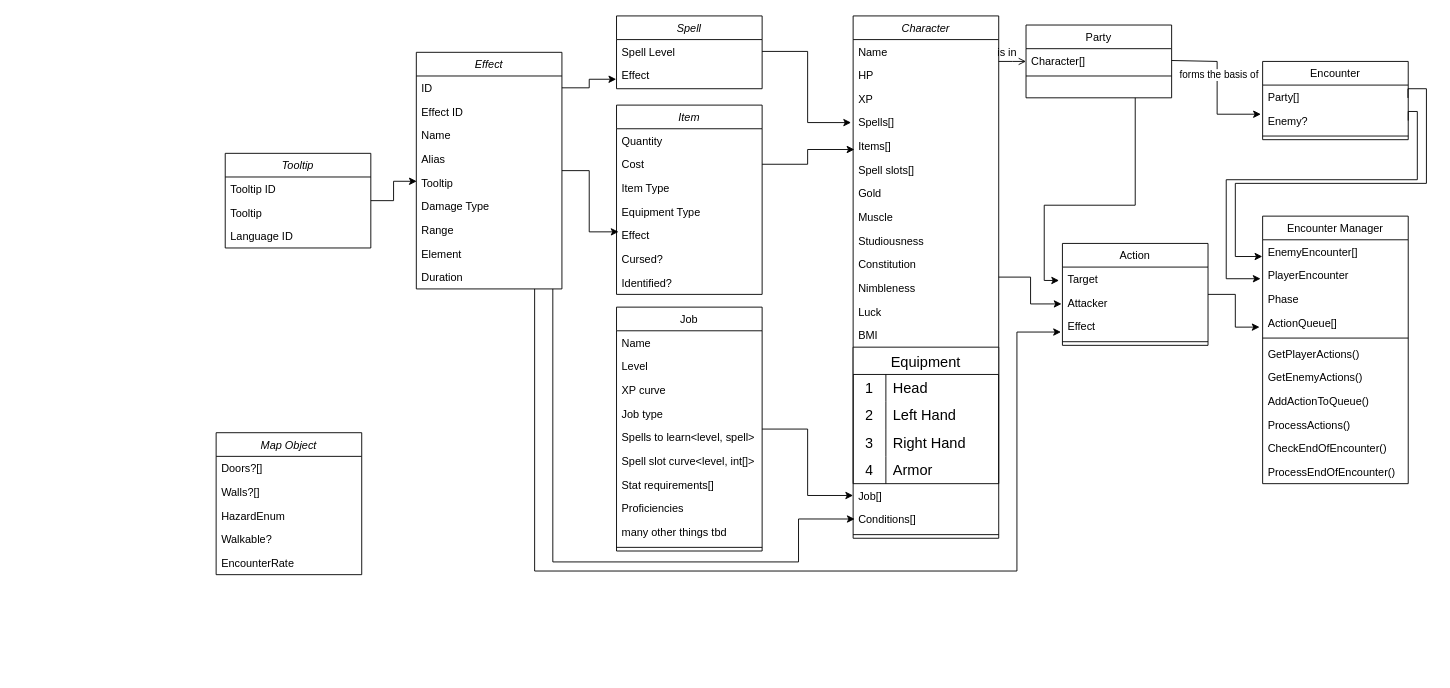
Schir/rpg-backend keeps this draw.io diagram as classes.drawio. Above is the earlier version. Source tidied: cells renumbered, new cells numbered last; positions are measured from the earlier drawing's top-left corner, leaving out a move shared by most shapes. Both pictures are drawn from the tidied source at 91%, with x=0, y=0 at pixel (216, 15).
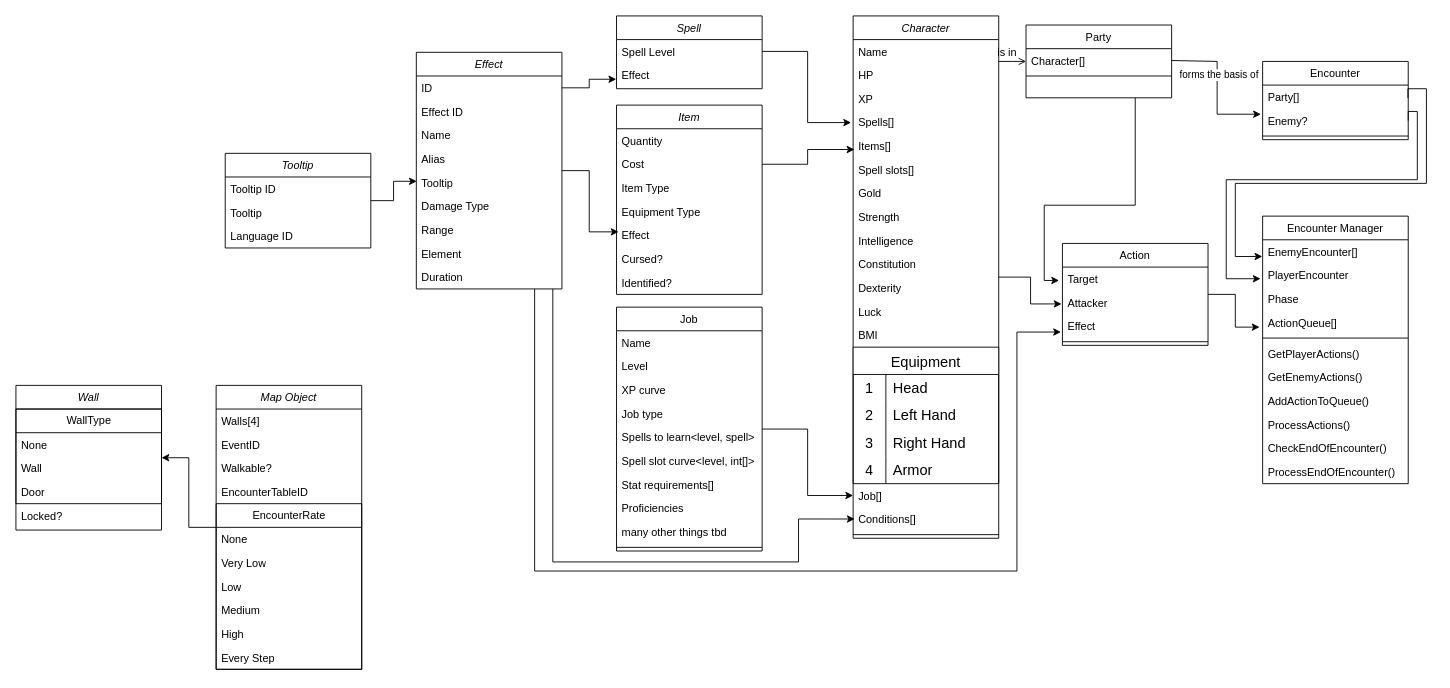
Above is the later version.

Unchanged cells that the change refers to:
```xml
<mxCell id="3" value="Character" style="swimlane;fontStyle=2;align=center;verticalAlign=top;horizontal=1;startSize=26;rounded=0;shadow=0;strokeWidth=1;" parent="1" vertex="1">
  <mxGeometry x="700" width="160" height="574" as="geometry" />
</mxCell>
```

Change to the diagram source:
```diff
@@
-    <mxCell id="11" value="Muscle" style="text;align=left;verticalAlign=top;spacingLeft=4;spacingRight=4;overflow=hidden;rounded=0;shadow=0;html=0;" parent="3" vertex="1">
+    <mxCell id="11" value="Strength" style="text;align=left;verticalAlign=top;spacingLeft=4;spacingRight=4;overflow=hidden;rounded=0;shadow=0;html=0;" parent="3" vertex="1">
       <mxGeometry y="208" width="160" height="26" as="geometry" />
     </mxCell>
-    <mxCell id="12" value="Studiousness" style="text;align=left;verticalAlign=top;spacingLeft=4;spacingRight=4;overflow=hidden;rounded=0;shadow=0;html=0;" parent="3" vertex="1">
+    <mxCell id="12" value="Intelligence" style="text;align=left;verticalAlign=top;spacingLeft=4;spacingRight=4;overflow=hidden;rounded=0;shadow=0;html=0;" parent="3" vertex="1">
       <mxGeometry y="234" width="160" height="26" as="geometry" />
     </mxCell>
@@
-    <mxCell id="14" value="Nimbleness" style="text;align=left;verticalAlign=top;spacingLeft=4;spacingRight=4;overflow=hidden;rounded=0;shadow=0;html=0;" parent="3" vertex="1">
+    <mxCell id="14" value="Dexterity" style="text;align=left;verticalAlign=top;spacingLeft=4;spacingRight=4;overflow=hidden;rounded=0;shadow=0;html=0;" parent="3" vertex="1">
       <mxGeometry y="286" width="160" height="26" as="geometry" />
     </mxCell>
@@
+    <mxCell id="115" style="edgeStyle=orthogonalEdgeStyle;rounded=0;jettySize=auto;html=1;" parent="1" edge="1" source="109" target="123">
+      <mxGeometry relative="1" as="geometry" />
+    </mxCell>
     <mxCell id="109" value="Map Object" style="swimlane;fontStyle=2;align=center;verticalAlign=top;horizontal=1;startSize=26;rounded=0;shadow=0;strokeWidth=1;" parent="1" vertex="1">
-      <mxGeometry y="458" width="160" height="156" as="geometry" />
+      <mxGeometry y="406" width="160" height="312" as="geometry" />
     </mxCell>
-    <mxCell id="110" value="Doors?[]" style="text;align=left;verticalAlign=top;spacingLeft=4;spacingRight=4;overflow=hidden;rounded=0;shadow=0;html=0;" parent="109" vertex="1">
-      <mxGeometry y="26" width="160" height="26" as="geometry" />
-    </mxCell>
-    <mxCell id="111" value="Walls?[]" style="text;align=left;verticalAlign=top;spacingLeft=4;spacingRight=4;overflow=hidden;rounded=0;shadow=0;html=0;" parent="109" vertex="1">
-      <mxGeometry y="52" width="160" height="26" as="geometry" />
+    <mxCell id="111" value="Walls[4]" style="text;align=left;verticalAlign=top;spacingLeft=4;spacingRight=4;overflow=hidden;rounded=0;shadow=0;html=0;" parent="109" vertex="1">
+      <mxGeometry y="26" width="160" height="26" as="geometry" />
     </mxCell>
-    <mxCell id="112" value="HazardEnum" style="text;align=left;verticalAlign=top;spacingLeft=4;spacingRight=4;overflow=hidden;rounded=0;shadow=0;html=0;" parent="109" vertex="1">
-      <mxGeometry y="78" width="160" height="26" as="geometry" />
+    <mxCell id="112" value="EventID" style="text;align=left;verticalAlign=top;spacingLeft=4;spacingRight=4;overflow=hidden;rounded=0;shadow=0;html=0;" parent="109" vertex="1">
+      <mxGeometry y="52" width="160" height="26" as="geometry" />
     </mxCell>
     <mxCell id="113" value="Walkable?" style="text;align=left;verticalAlign=top;spacingLeft=4;spacingRight=4;overflow=hidden;rounded=0;shadow=0;html=0;" parent="109" vertex="1">
-      <mxGeometry y="104" width="160" height="26" as="geometry" />
+      <mxGeometry y="78" width="160" height="26" as="geometry" />
     </mxCell>
+    <mxCell id="116" value="EncounterTableID" style="text;align=left;verticalAlign=top;spacingLeft=4;spacingRight=4;overflow=hidden;rounded=0;shadow=0;html=0;" parent="109" vertex="1">
+      <mxGeometry y="104" width="160" height="26" as="geometry" />
+    </mxCell>
-    <mxCell id="114" value="EncounterRate" style="text;align=left;verticalAlign=top;spacingLeft=4;spacingRight=4;overflow=hidden;rounded=0;shadow=0;html=0;" parent="109" vertex="1">
-      <mxGeometry y="130" width="160" height="26" as="geometry" />
+    <mxCell id="114" value="EncounterRate" style="swimlane;fontStyle=0;horizontal=1;startSize=26;fillColor=none;html=1;" parent="109" vertex="1">
+      <mxGeometry y="130" width="160" height="182" as="geometry" />
     </mxCell>
+    <mxCell id="117" value="None" style="text;strokeColor=none;fillColor=none;align=left;verticalAlign=top;spacingLeft=4;spacingRight=4;overflow=hidden;whiteSpace=wrap;html=1;" parent="114" vertex="1">
+      <mxGeometry y="26" width="160" height="26" as="geometry" />
+    </mxCell>
+    <mxCell id="118" value="Very Low" style="text;strokeColor=none;fillColor=none;align=left;verticalAlign=top;spacingLeft=4;spacingRight=4;overflow=hidden;whiteSpace=wrap;html=1;" parent="114" vertex="1">
+      <mxGeometry y="52" width="160" height="26" as="geometry" />
+    </mxCell>
+    <mxCell id="119" value="Low" style="text;strokeColor=none;fillColor=none;align=left;verticalAlign=top;spacingLeft=4;spacingRight=4;overflow=hidden;whiteSpace=wrap;html=1;" parent="114" vertex="1">
+      <mxGeometry y="78" width="160" height="26" as="geometry" />
+    </mxCell>
+    <mxCell id="120" value="Medium" style="text;strokeColor=none;fillColor=none;align=left;verticalAlign=top;spacingLeft=4;spacingRight=4;overflow=hidden;whiteSpace=wrap;html=1;" parent="114" vertex="1">
+      <mxGeometry y="104" width="160" height="26" as="geometry" />
+    </mxCell>
+    <mxCell id="121" value="High" style="text;strokeColor=none;fillColor=none;align=left;verticalAlign=top;spacingLeft=4;spacingRight=4;overflow=hidden;whiteSpace=wrap;html=1;" parent="114" vertex="1">
+      <mxGeometry y="130" width="160" height="26" as="geometry" />
+    </mxCell>
+    <mxCell id="122" value="Every Step" style="text;strokeColor=none;fillColor=none;align=left;verticalAlign=top;spacingLeft=4;spacingRight=4;overflow=hidden;whiteSpace=wrap;html=1;" parent="114" vertex="1">
+      <mxGeometry y="156" width="160" height="26" as="geometry" />
+    </mxCell>
+    <mxCell id="123" value="Wall " style="swimlane;fontStyle=2;align=center;verticalAlign=top;horizontal=1;startSize=26;rounded=0;shadow=0;strokeWidth=1;" parent="1" vertex="1">
+      <mxGeometry x="-220" y="406" width="160" height="159" as="geometry" />
+    </mxCell>
+    <mxCell id="124" value="WallType" style="swimlane;fontStyle=0;horizontal=1;startSize=26;fillColor=none;html=1;" parent="123" vertex="1">
+      <mxGeometry y="26" width="160" height="104" as="geometry" />
+    </mxCell>
+    <mxCell id="125" value="None" style="text;strokeColor=none;fillColor=none;align=left;verticalAlign=top;spacingLeft=4;spacingRight=4;overflow=hidden;whiteSpace=wrap;html=1;" parent="124" vertex="1">
+      <mxGeometry y="26" width="160" height="26" as="geometry" />
+    </mxCell>
+    <mxCell id="126" value="Wall&lt;span style=&quot;white-space: pre;&quot;&gt;&#9;&lt;/span&gt;" style="text;strokeColor=none;fillColor=none;align=left;verticalAlign=top;spacingLeft=4;spacingRight=4;overflow=hidden;whiteSpace=wrap;html=1;" parent="124" vertex="1">
+      <mxGeometry y="52" width="160" height="26" as="geometry" />
+    </mxCell>
+    <mxCell id="127" value="Door" style="text;strokeColor=none;fillColor=none;align=left;verticalAlign=top;spacingLeft=4;spacingRight=4;overflow=hidden;whiteSpace=wrap;html=1;" parent="124" vertex="1">
+      <mxGeometry y="78" width="160" height="26" as="geometry" />
+    </mxCell>
+    <mxCell id="128" value="Locked?" style="text;align=left;verticalAlign=top;spacingLeft=4;spacingRight=4;overflow=hidden;rounded=0;shadow=0;html=0;" parent="123" vertex="1">
+      <mxGeometry y="130" width="160" height="26" as="geometry" />
+    </mxCell>
```
